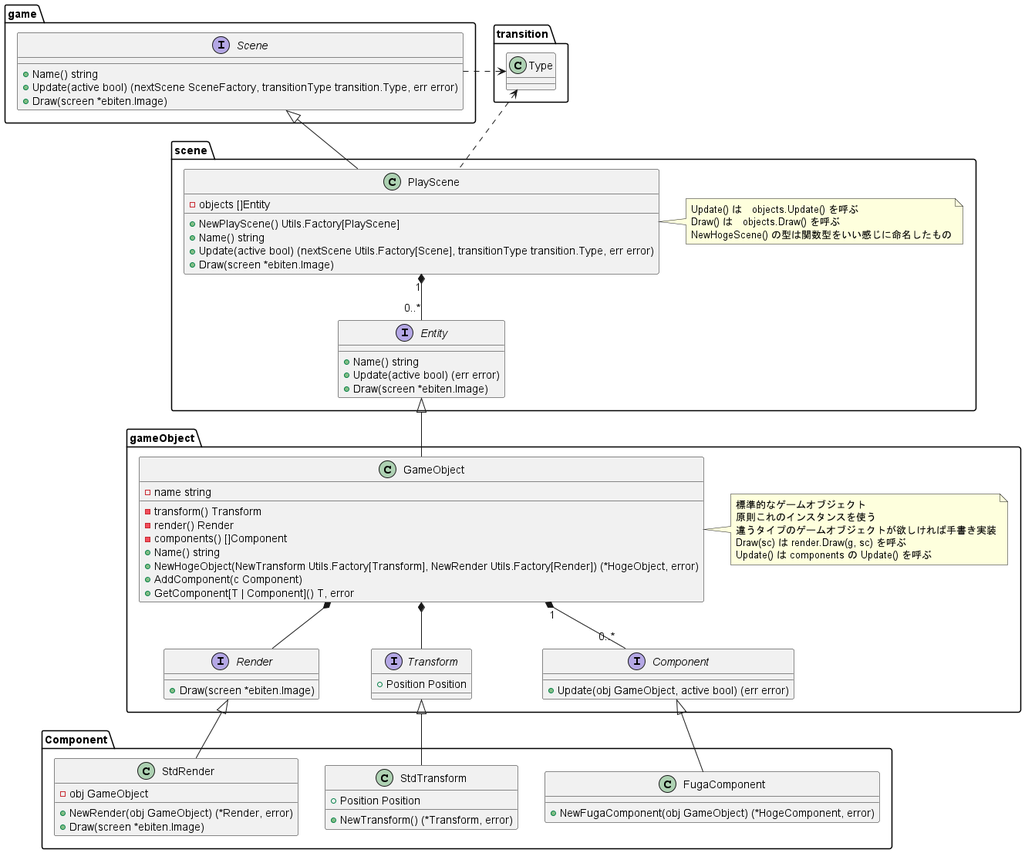
Above: Docs/Scene_class_diagram.png in kmc-jp/Gamedev_Tempura-of-p--Phenylazo-phenol (PlantUML), before the change.
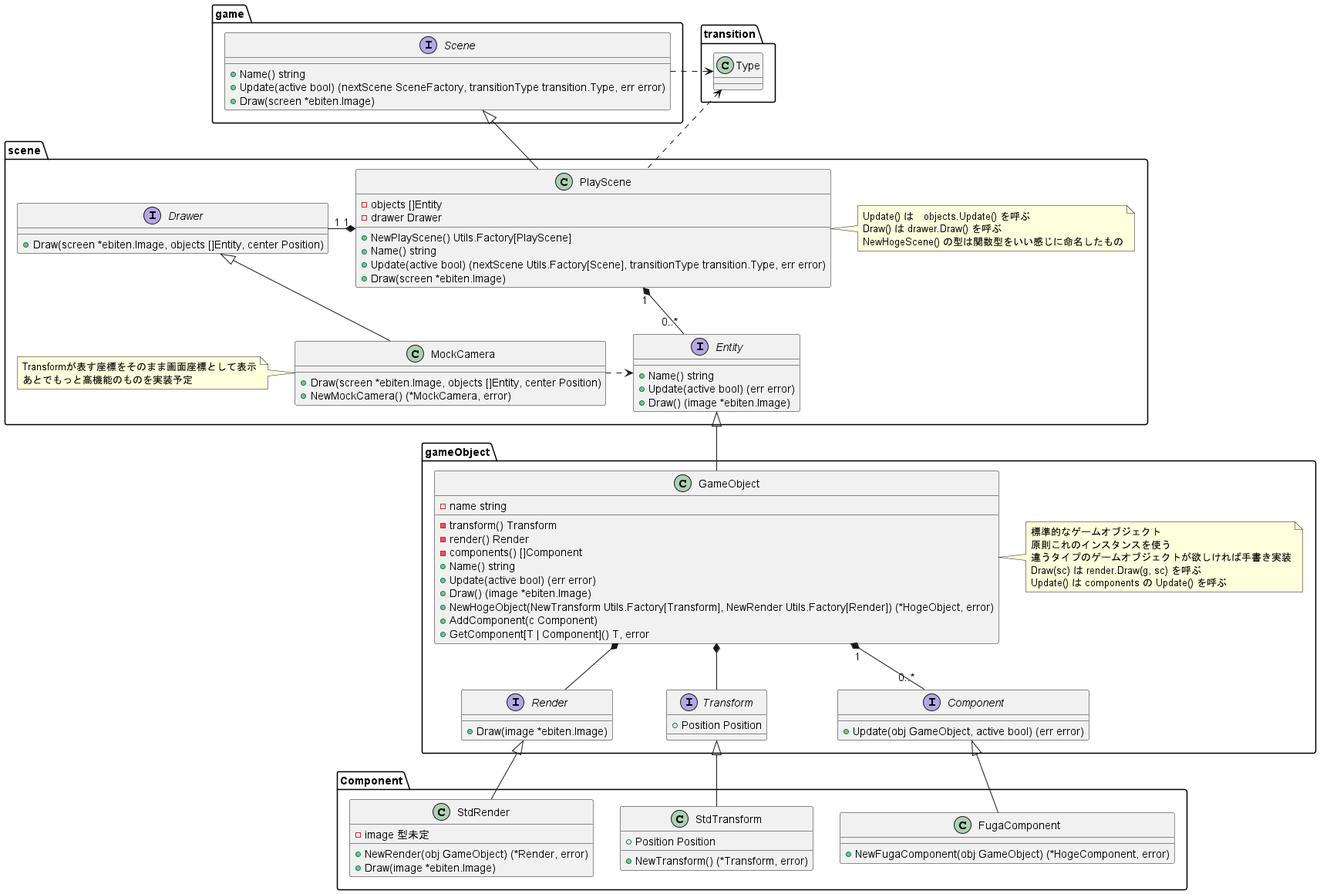
Above is the later version.

Change to the diagram source:
```diff
@@ -17,24 +17,39 @@
 package scene {
     class PlayScene {
         - objects []Entity
+        - drawer Drawer
         + NewPlayScene() Utils.Factory[PlayScene]
         + Name() string
         + Update(active bool) (nextScene Utils.Factory[Scene], transitionType transition.Type, err error)
         + Draw(screen *ebiten.Image)
     }
-    note right of PlayScene : Update() は　objects.Update() を呼ぶ\nDraw() は　objects.Draw() を呼ぶ\nNewHogeScene() の型は関数型をいい感じに命名したもの
+    note right of PlayScene : Update() は　objects.Update() を呼ぶ\nDraw() は drawer.Draw() を呼ぶ\nNewHogeScene() の型は関数型をいい感じに命名したもの
 
     PlayScene -up-|> game.Scene
     PlayScene .up.> transition.Type
 
 
     PlayScene "1" *-- "0..*" Entity
+    PlayScene "1" *-left- "1" Drawer
 
     interface Entity {
         + Name() string
         + Update(active bool) (err error)
-        + Draw(screen *ebiten.Image)
+        + Draw() (image *ebiten.Image)
     }
+
+    interface Drawer {
+        + Draw(screen *ebiten.Image, objects []Entity, center Position)
+    }
+
+    class MockCamera {
+        + Draw(screen *ebiten.Image, objects []Entity, center Position)
+        + NewMockCamera() (*MockCamera, error)
+    }
+    note left of MockCamera : Transformが表す座標をそのまま画面座標として表示\nあとでもっと高機能のものを実装予定
+
+    MockCamera -up-|> Drawer
+    MockCamera .> Entity
 }
 
 package gameObject {
@@ -44,6 +59,8 @@
         - render() Render
         - components() []Component
         + Name() string
+        + Update(active bool) (err error)
+        + Draw() (image *ebiten.Image)
         + NewHogeObject(NewTransform Utils.Factory[Transform], NewRender Utils.Factory[Render]) (*HogeObject, error)
         + AddComponent(c Component)
         + GetComponent[T | Component]() T, error
@@ -61,7 +78,7 @@
     }
 
     interface Render {
-        + Draw(screen *ebiten.Image)
+        + Draw(image *ebiten.Image)
     }
 
     interface Component {
@@ -84,9 +101,9 @@
     StdTransform -up-|> gameObject.Transform
 
     class StdRender {
-        - obj GameObject
+        - image 型未定
         + NewRender(obj GameObject) (*Render, error)
-        + Draw(screen *ebiten.Image)
+        + Draw(image *ebiten.Image)
     }
 
     StdRender -up-|> gameObject.Render
```
